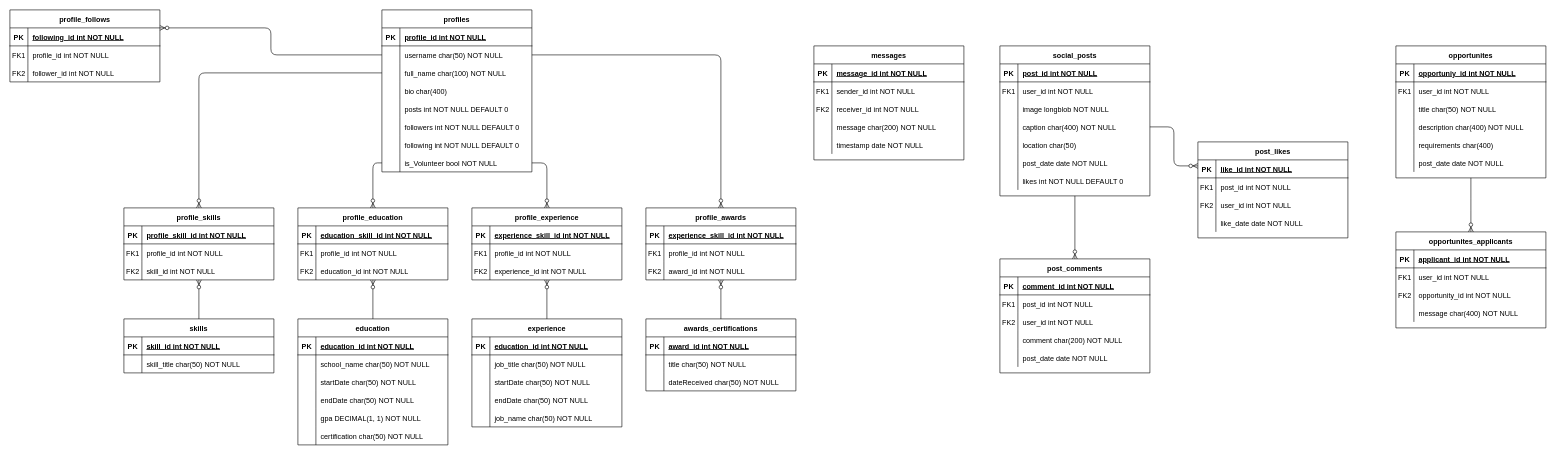
Before: database/Karma DB.drawio in KonoNeko/Karma, a draw.io diagram. Source tidied: cells renumbered, new cells numbered last; positions are measured from the earlier drawing's top-left corner, leaving out a move shared by most shapes. Both pictures are drawn from the tidied source at 60%, with x=0, y=0 at pixel (10, 10).
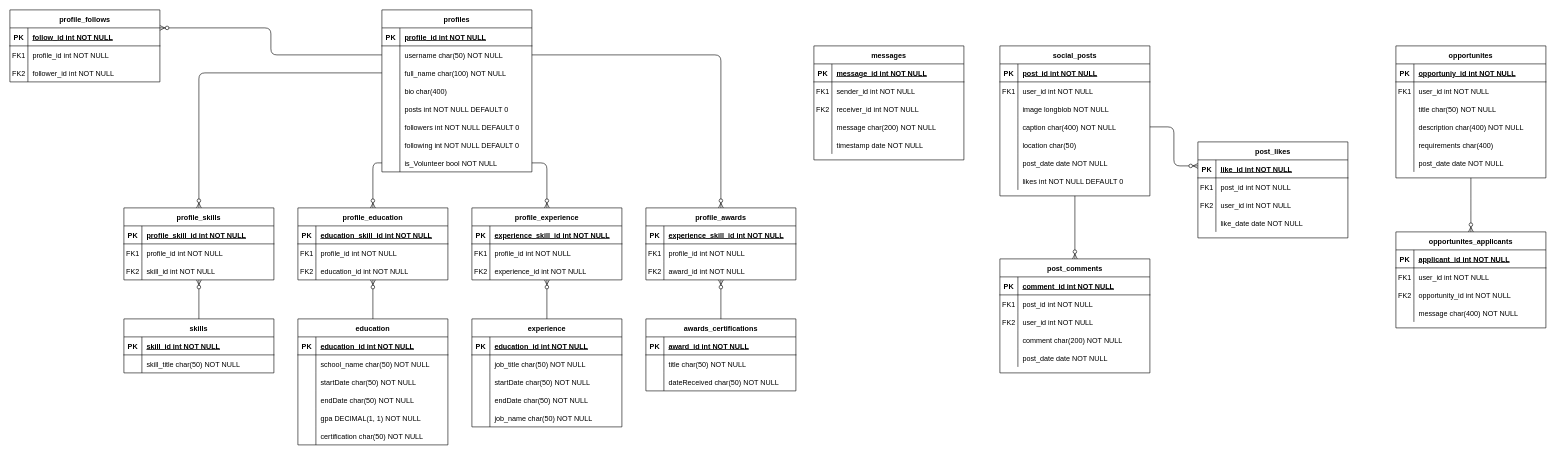
After the change.

Commit message (it also covers changes not shown here):
added profile_follows table

Unchanged cells that the change refers to:
```xml
<mxCell id="238" style="shape=partialRectangle;fillColor=none;top=0;left=0;right=0;bottom=1;" parent="237" vertex="1">
  <mxGeometry y="30" width="250" height="30" as="geometry" />
</mxCell>
```

What changed in the source:
```diff
@@
-    <mxCell id="240" value="following_id int NOT NULL " style="shape=partialRectangle;overflow=hidden;fillColor=none;top=0;left=0;bottom=0;right=0;align=left;spacingLeft=6;fontStyle=5;" parent="238" vertex="1">
+    <mxCell id="240" value="follow_id int NOT NULL " style="shape=partialRectangle;overflow=hidden;fillColor=none;top=0;left=0;bottom=0;right=0;align=left;spacingLeft=6;fontStyle=5;" parent="238" vertex="1">
       <mxGeometry x="30" width="220" height="30" as="geometry" />
     </mxCell>
```
